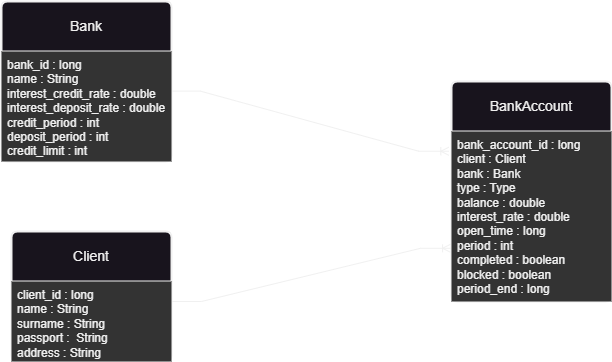
Above: docs/ER-diagram.png in perovg/banking-system (draw.io), before the change. Source tidied: cells renumbered, new cells last; positions are measured from the earlier drawing's top-left corner, leaving out a move shared by most shapes.
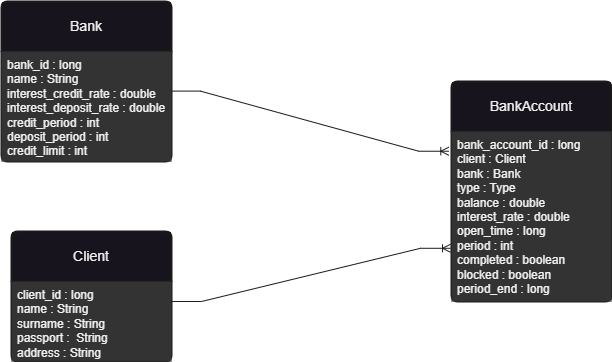
After the commit.

Commit message:
ER-diagram: change line color

The edit, as a diff of the source:
```diff
@@ -2,25 +2,25 @@
   <root>
     <mxCell id="0" />
     <mxCell id="1" parent="0" />
-    <mxCell id="2" style="edgeStyle=entityRelationEdgeStyle;fontSize=12;html=1;endArrow=ERoneToMany;rounded=0;entryX=-0.017;entryY=0.317;entryDx=0;entryDy=0;exitX=0.993;exitY=0.36;exitDx=0;exitDy=0;entryPerimeter=0;exitPerimeter=0;" parent="1" edge="1" source="5" target="8">
+    <mxCell id="2" style="edgeStyle=entityRelationEdgeStyle;fontSize=12;html=1;endArrow=ERoneToMany;rounded=0;entryX=-0.017;entryY=0.317;entryDx=0;entryDy=0;exitX=0.993;exitY=0.36;exitDx=0;exitDy=0;entryPerimeter=0;exitPerimeter=0;strokeColor=#1A1A1A;" parent="1" edge="1" source="5" target="8">
       <mxGeometry relative="1" as="geometry" />
     </mxCell>
-    <mxCell id="3" style="edgeStyle=entityRelationEdgeStyle;fontSize=12;html=1;endArrow=ERoneToMany;rounded=0;entryX=-0.006;entryY=0.687;entryDx=0;entryDy=0;exitX=1;exitY=0.25;exitDx=0;exitDy=0;entryPerimeter=0;" parent="1" edge="1" source="7" target="9">
+    <mxCell id="3" style="edgeStyle=entityRelationEdgeStyle;fontSize=12;html=1;endArrow=ERoneToMany;rounded=0;entryX=-0.006;entryY=0.687;entryDx=0;entryDy=0;exitX=1;exitY=0.25;exitDx=0;exitDy=0;entryPerimeter=0;strokeColor=#1A1A1A;" parent="1" edge="1" source="7" target="9">
       <mxGeometry relative="1" as="geometry" />
     </mxCell>
-    <mxCell id="4" value="Bank" style="swimlane;horizontal=1;startSize=50;rounded=1;fontSize=14;fontStyle=0;strokeWidth=2;shadow=0;dashed=0;align=center;arcSize=4;whiteSpace=wrap;html=1;labelBackgroundColor=default;" parent="1" vertex="1">
+    <mxCell id="4" value="Bank" style="swimlane;horizontal=1;startSize=50;rounded=1;fontSize=14;fontStyle=0;strokeWidth=2;shadow=0;dashed=0;align=center;arcSize=4;whiteSpace=wrap;html=1;labelBackgroundColor=default;strokeColor=#1A1A1A;" parent="1" vertex="1">
       <mxGeometry width="170" height="160" as="geometry" />
     </mxCell>
     <mxCell id="5" value="bank_id : long&lt;div&gt;name : String&lt;/div&gt;&lt;div&gt;interest_credit_rate : double&lt;/div&gt;&lt;div&gt;interest_deposit_rate : double&lt;/div&gt;&lt;div&gt;credit_period : int&lt;/div&gt;&lt;div&gt;deposit_period : int&lt;/div&gt;&lt;div&gt;credit_limit : int&lt;br&gt;&lt;div&gt;&lt;br&gt;&lt;/div&gt;&lt;/div&gt;" style="align=left;strokeColor=none;fillColor=#333333;spacingLeft=4;fontSize=12;verticalAlign=top;html=1;" parent="4" vertex="1">
       <mxGeometry y="50" width="170" height="110" as="geometry" />
     </mxCell>
-    <mxCell id="6" value="Client" style="swimlane;horizontal=1;startSize=50;rounded=1;fontSize=14;fontStyle=0;strokeWidth=2;shadow=0;dashed=0;align=center;arcSize=4;whiteSpace=wrap;html=1;" parent="1" vertex="1">
+    <mxCell id="6" value="Client" style="swimlane;horizontal=1;startSize=50;rounded=1;fontSize=14;fontStyle=0;strokeWidth=2;shadow=0;dashed=0;align=center;arcSize=4;whiteSpace=wrap;html=1;strokeColor=#1A1A1A;" parent="1" vertex="1">
       <mxGeometry x="10" y="230" width="160" height="130" as="geometry" />
     </mxCell>
     <mxCell id="7" value="client_id : long&lt;div&gt;name : String&lt;/div&gt;&lt;div&gt;surname : String&lt;/div&gt;&lt;div&gt;passport :&amp;nbsp; String&lt;/div&gt;&lt;div&gt;address : String&lt;/div&gt;" style="align=left;strokeColor=none;fillColor=#333333;spacingLeft=4;fontSize=12;verticalAlign=top;html=1;" parent="6" vertex="1">
       <mxGeometry y="50" width="160" height="80" as="geometry" />
     </mxCell>
-    <mxCell id="8" value="BankAccount" style="swimlane;horizontal=1;startSize=50;rounded=1;fontSize=14;fontStyle=0;strokeWidth=2;shadow=0;dashed=0;align=center;arcSize=4;whiteSpace=wrap;html=1;" parent="1" vertex="1">
+    <mxCell id="8" value="BankAccount" style="swimlane;horizontal=1;startSize=50;rounded=1;fontSize=14;fontStyle=0;strokeWidth=2;shadow=0;dashed=0;align=center;arcSize=4;whiteSpace=wrap;html=1;strokeColor=#1A1A1A;" parent="1" vertex="1">
       <mxGeometry x="450" y="80" width="160" height="220" as="geometry" />
     </mxCell>
     <mxCell id="9" value="bank_account_id : long&lt;div&gt;client : Client&lt;/div&gt;&lt;div&gt;bank : Bank&amp;nbsp;&lt;/div&gt;&lt;div&gt;type : Type&lt;/div&gt;&lt;div&gt;balance : double&lt;/div&gt;&lt;div&gt;interest_rate : double&lt;/div&gt;&lt;div&gt;open_time : long&lt;/div&gt;&lt;div&gt;period : int&lt;/div&gt;&lt;div&gt;completed : boolean&lt;/div&gt;&lt;div&gt;blocked : boolean&lt;/div&gt;&lt;div&gt;period_end : long&lt;/div&gt;&lt;div&gt;&lt;br&gt;&lt;/div&gt;" style="align=left;strokeColor=none;fillColor=#333333;spacingLeft=4;fontSize=12;verticalAlign=top;html=1;" parent="8" vertex="1">
```
